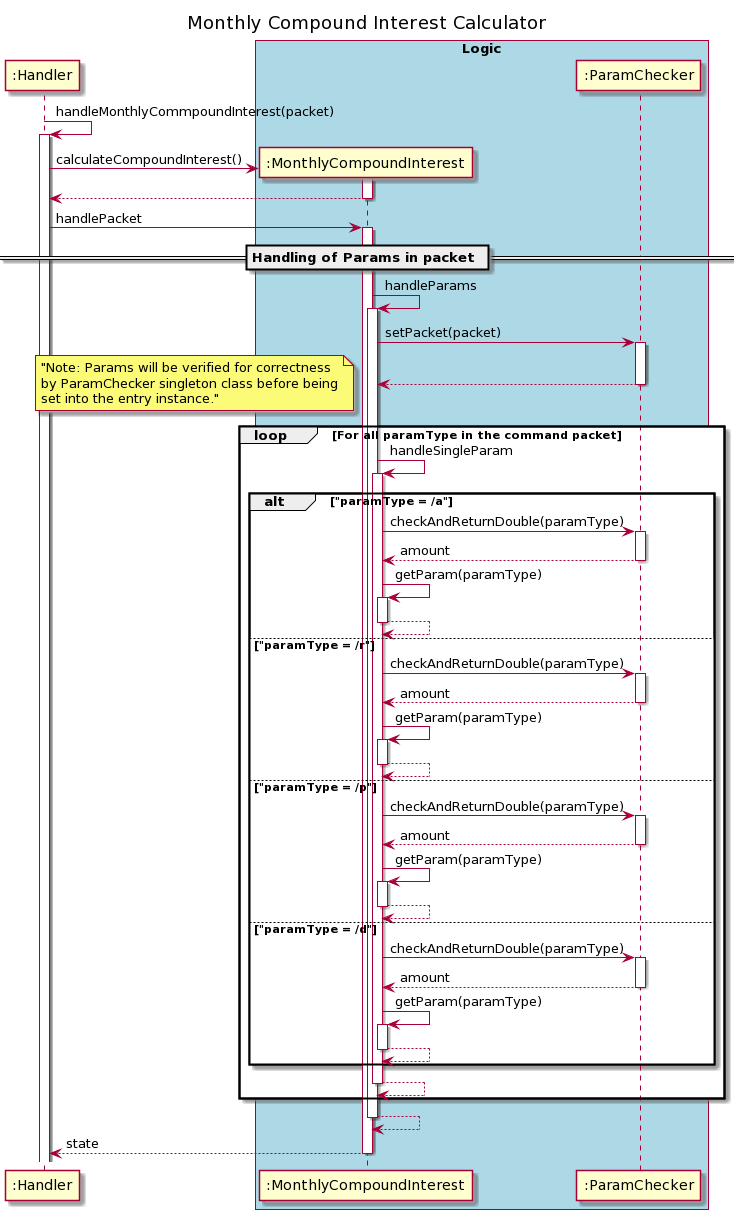
nus-cs2113-AY2021S1/tp keeps this PlantUML diagram as docs/uml_images/financetools/YearlyMonthlyCompoundInterest/MonthlyCompoundInterestSequenceDiagram(1).png. Above is the earlier version.
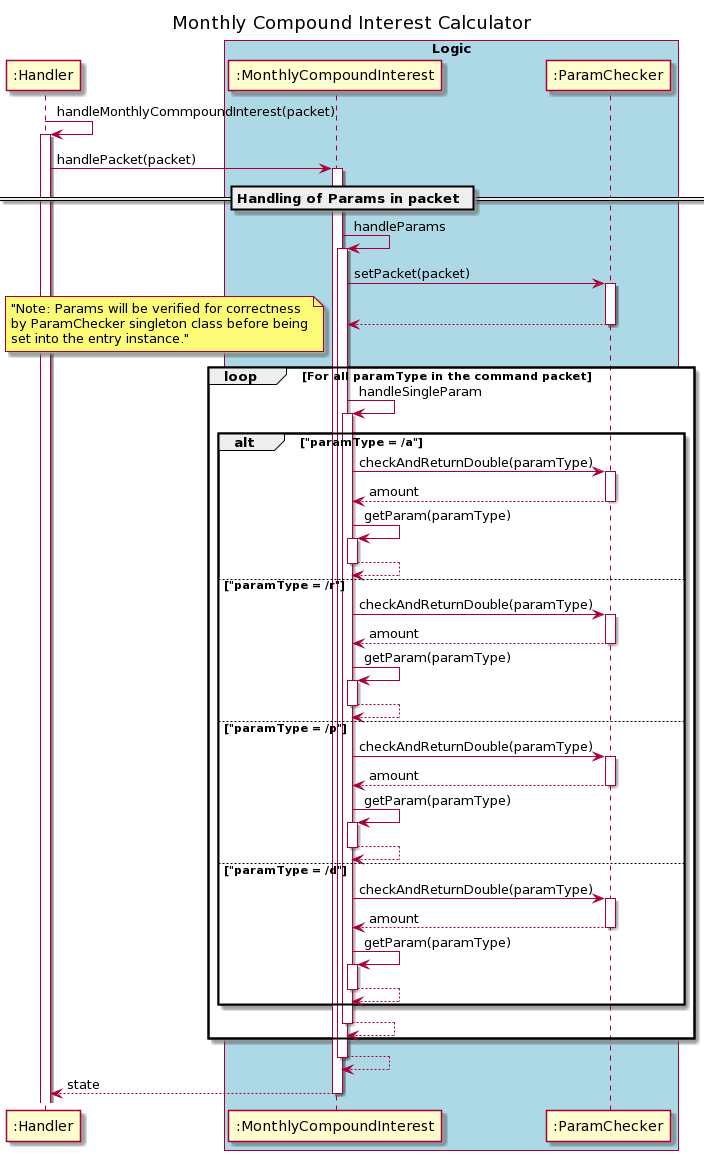
After the commit.

Change to the diagram source:
```diff
@@ -3,11 +3,8 @@
 autoactivate on
 
 ":Handler" ->":Handler": handleMonthlyCommpoundInterest(packet)
-    create ":MonthlyCompoundInterest"
-   ":Handler"-> ":MonthlyCompoundInterest" : calculateCompoundInterest()
-    return
 
-   ":Handler"-> ":MonthlyCompoundInterest" : handlePacket
+   ":Handler"-> ":MonthlyCompoundInterest" : handlePacket(packet)
 
         == Handling of Params in packet ==
         ":MonthlyCompoundInterest" -> ":MonthlyCompoundInterest" : handleParams
```
